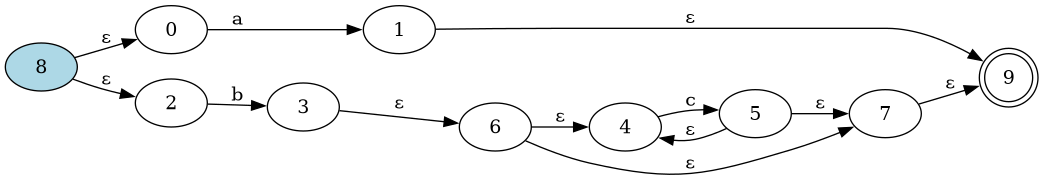
The Graphviz diagram NDFA.png in Daniel-Sima/Clone-of-the-egrep-UNIX-command, before a commit. Its source is kept beside it as NDFA.dot.
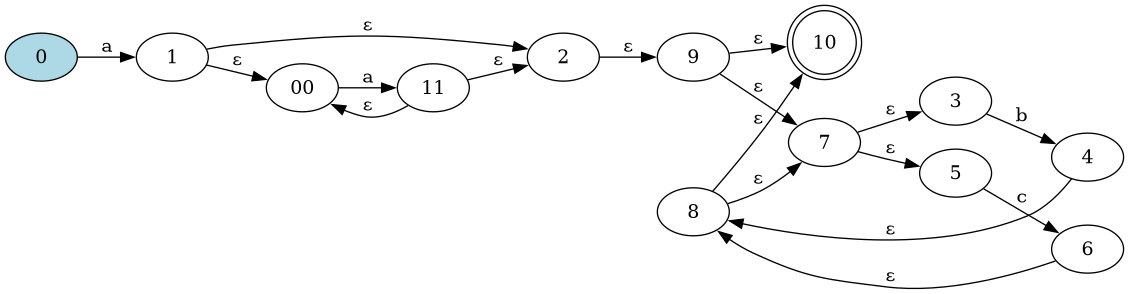
The same file after the commit.

The edit, as a diff of the source:
```diff
@@ -1,19 +1,24 @@
 digraph {
 	rankdir=LR;
 
-	9 [shape=doublecircle]
-	8 [style=filled, fillcolor="lightblue"]
+	10 [shape=doublecircle]
+	0 [style=filled, fillcolor="lightblue"]
 
 	0->1 [label= "a"];
-	2->3 [label= "b"];
-	4->5 [label= "c"];
-	5->4 [label= "ε"];
-	6->4 [label= "ε"];
-	5->7 [label= "ε"];
-	6->7 [label= "ε"];
-	3->6 [label= "ε"];
-	8->0 [label= "ε"];
-	8->2 [label= "ε"];
-	1->9 [label= "ε"];
-	7->9 [label= "ε"];
+	00->11 [label= "a"];
+	1->00 [label= "ε"];
+	11->00 [label= "ε"];
+	1->2 [label= "ε"];
+	11->2 [label= "ε"];
+	3->4 [label= "b"];
+	5->6 [label= "c"];
+	7->3 [label= "ε"];
+	7->5 [label= "ε"];
+	4->8 [label= "ε"];
+	6->8 [label= "ε"];
+	8->7 [label= "ε"];
+	9->7 [label= "ε"];
+	8->10 [label= "ε"];
+	9->10 [label= "ε"];
+	2->9 [label= "ε"];
 }
```
